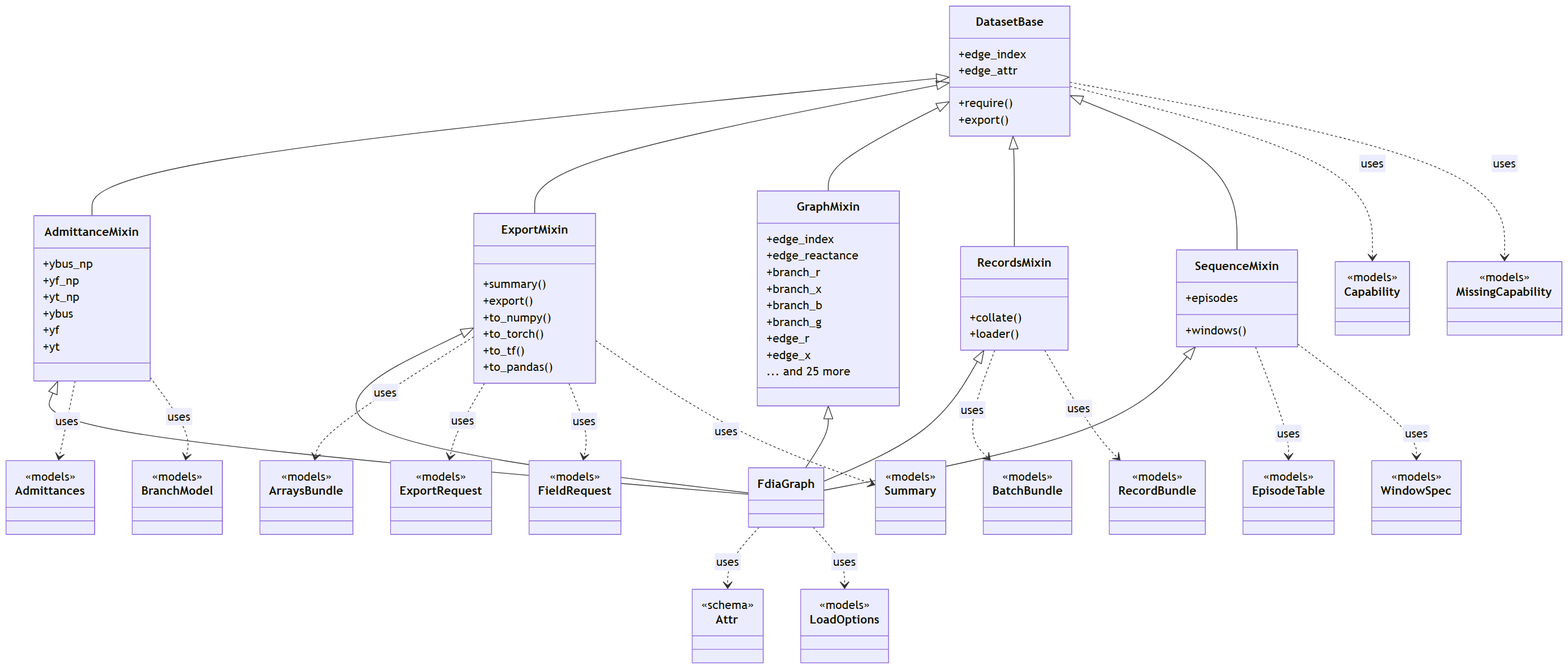
Earlier version of the Mermaid export docs/figures/diagrams/classes_dataset.png (myersben9/fdia-graph). Its source is kept beside it as docs/figures/diagrams/classes_dataset.mmd.
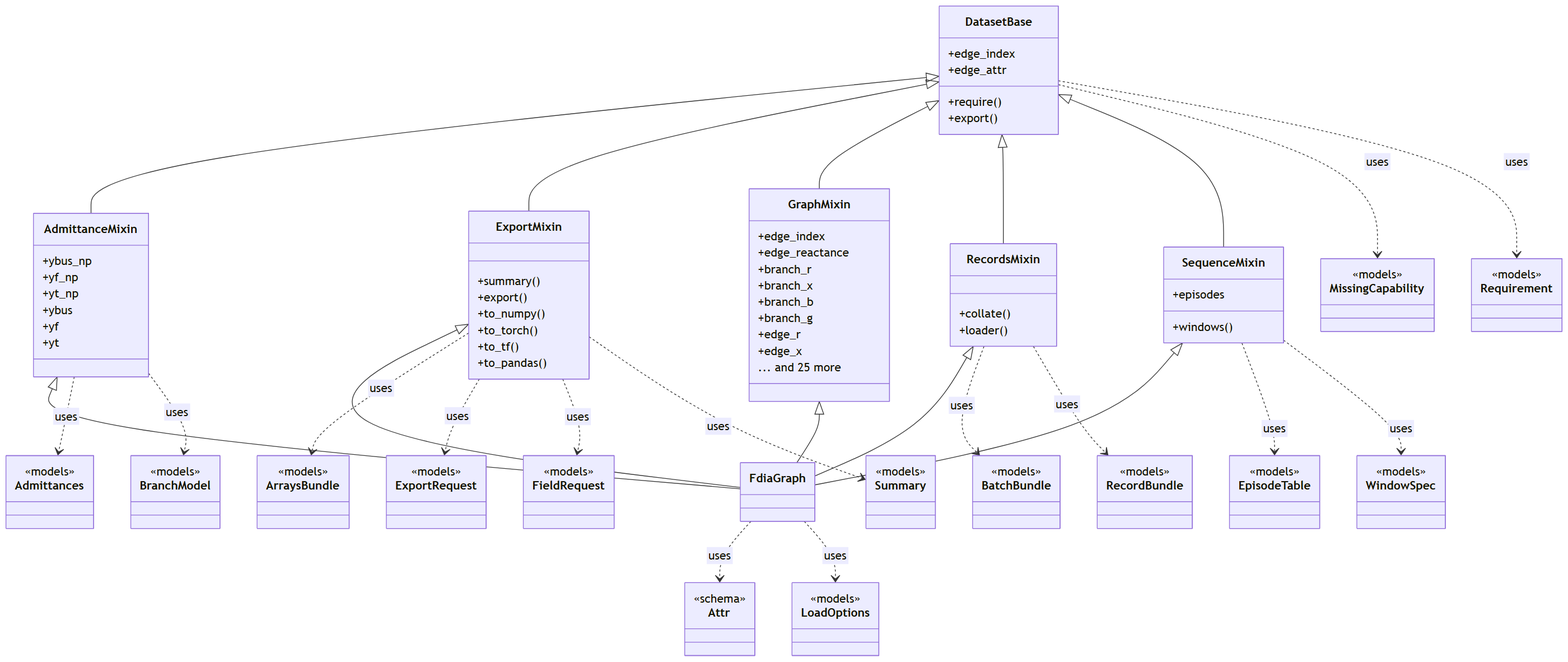
The same file after the commit.

Commit message:
Aggregation, Requirement and ProfileFetch models: no enum conversion outside a model

What changed in the source:
```diff
@@ -57,9 +57,6 @@
     class BranchModel {
         <<models>>
     }
-    class Capability {
-        <<models>>
-    }
     class EpisodeTable {
         <<models>>
     }
@@ -76,6 +73,9 @@
         <<models>>
     }
     class RecordBundle {
+        <<models>>
+    }
+    class Requirement {
         <<models>>
     }
     class Summary {
@@ -96,8 +96,8 @@
     SequenceMixin <|-- FdiaGraph
     AdmittanceMixin ..> Admittances : uses
     AdmittanceMixin ..> BranchModel : uses
-    DatasetBase ..> Capability : uses
     DatasetBase ..> MissingCapability : uses
+    DatasetBase ..> Requirement : uses
     ExportMixin ..> ArraysBundle : uses
     ExportMixin ..> ExportRequest : uses
     ExportMixin ..> FieldRequest : uses
```
